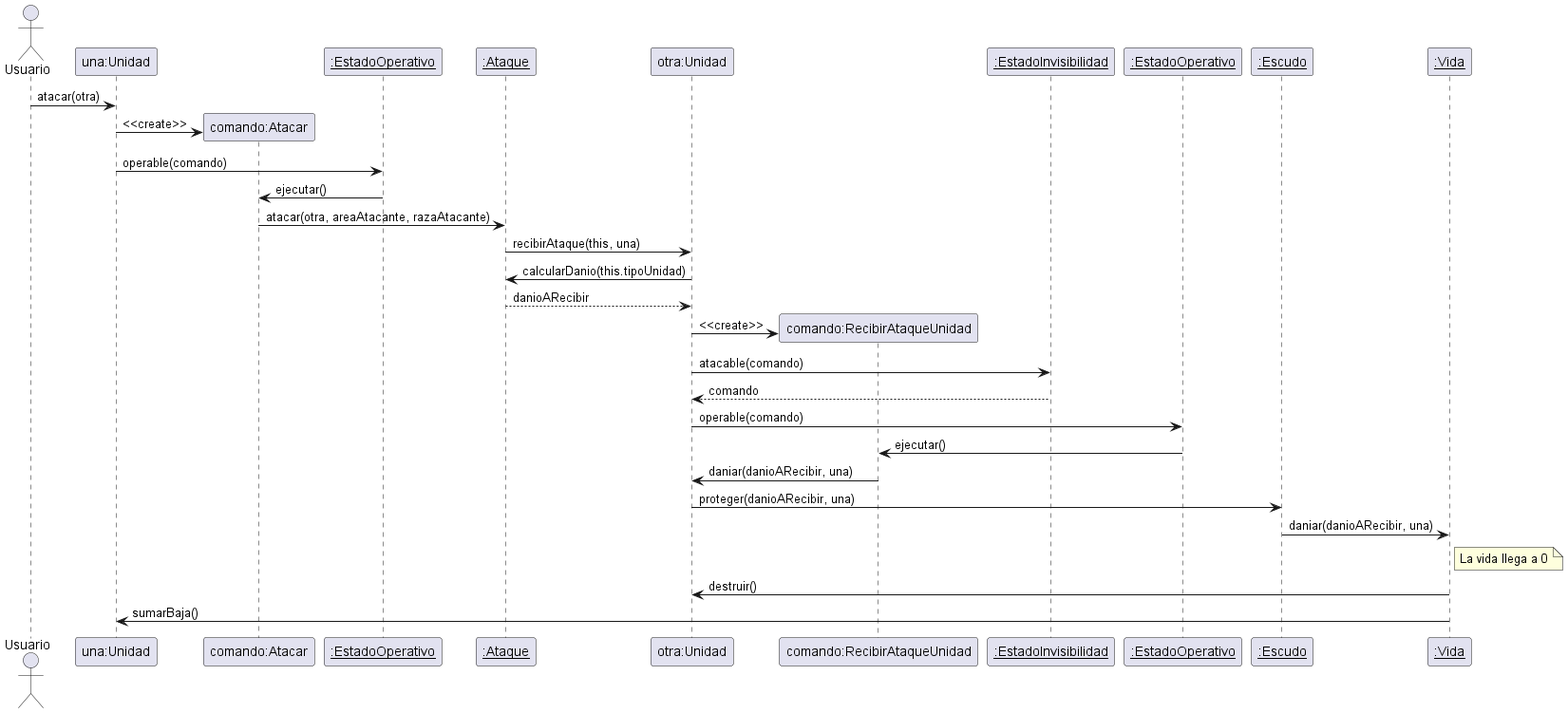
This is diagrams/sequences/SecuenciaAtaqueYDestruccion.png from RDJulian/algo3-tp2-11-202202c, a PlantUML export, as it was before one commit. The source it was exported from:
```plantuml
@startuml
actor Usuario
participant "una:Unidad" as A
participant "comando:Atacar" as F
participant "__:EstadoOperativo__" as G
participant "__:Ataque__" as C
participant "otra:Unidad" as B
participant "comando:RecibirAtaqueUnidad" as H
participant "__:EstadoInvisibilidad__" as I
participant "__:EstadoOperativo__" as J
participant "__:Escudo__" as D
participant "__:Vida__" as E


Usuario -> A : atacar(otra)
create F
A -> F : <<create>>
A ->G : operable(comando)
G->F :ejecutar()
F -> C : atacar(otra, areaAtacante, razaAtacante)
C -> B : recibirAtaque(this, una)
B -> C : calcularDanio(this.tipoUnidad)
return danioARecibir
create H
B -> H:<<create>>
B -> I : atacable(comando)
return comando
B-> J : operable(comando)
J -> H: ejecutar()
H -> B : daniar(danioARecibir, una)
B -> D : proteger(danioARecibir, una)
D -> E : daniar(danioARecibir, una)
note right E: La vida llega a 0
E -> B : destruir()
E -> A : sumarBaja()

@enduml
```
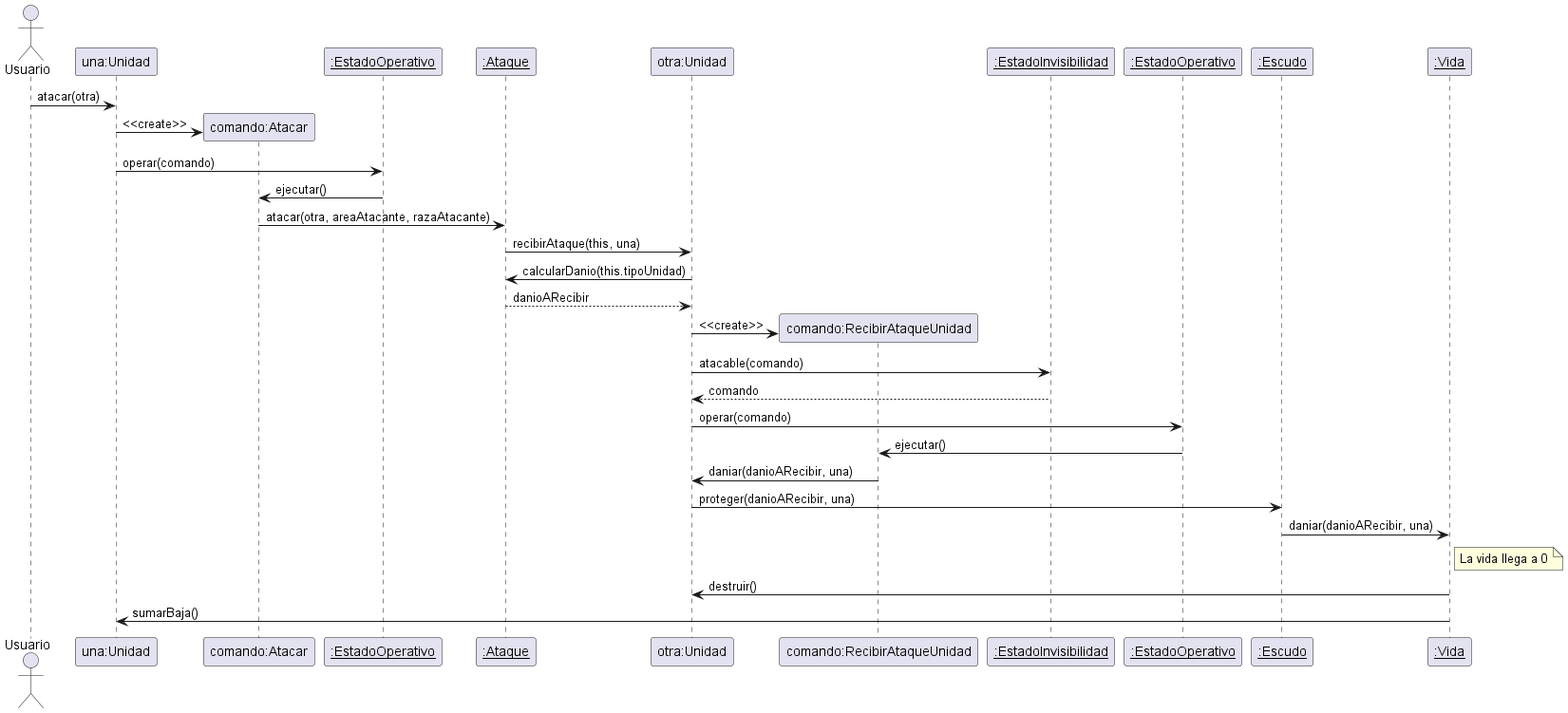
The same diagram one commit later.

Commit message:
docs: Diagrama de movimiento e Informe.

Change to the diagram source:
```diff
@@ -15,7 +15,7 @@
 Usuario -> A : atacar(otra)
 create F
 A -> F : <<create>>
-A ->G : operable(comando)
+A ->G : operar(comando)
 G->F :ejecutar()
 F -> C : atacar(otra, areaAtacante, razaAtacante)
 C -> B : recibirAtaque(this, una)
@@ -25,7 +25,7 @@
 B -> H:<<create>>
 B -> I : atacable(comando)
 return comando
-B-> J : operable(comando)
+B-> J : operar(comando)
 J -> H: ejecutar()
 H -> B : daniar(danioARecibir, una)
 B -> D : proteger(danioARecibir, una)
```
